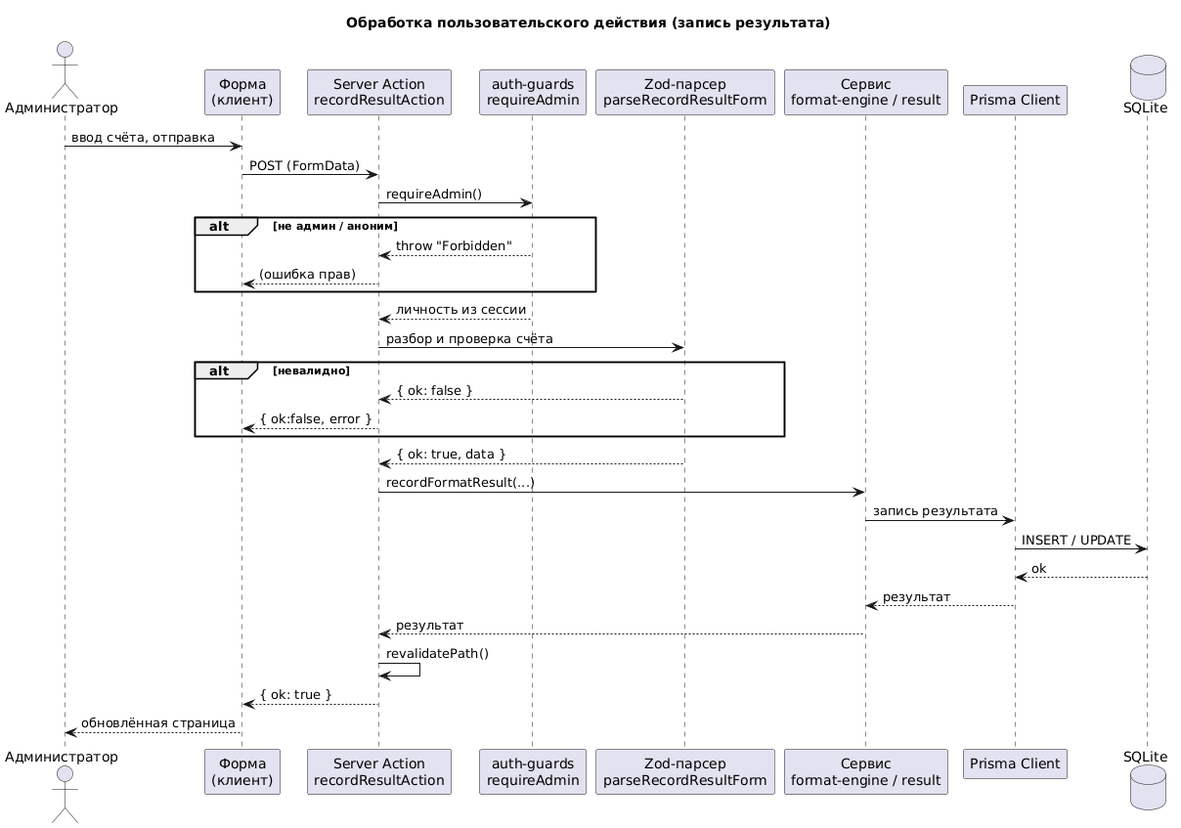
Above: docs/diagrams/03.png in memekas/diplom (PlantUML), before the change. Source of this version:
```plantuml
@startuml
title Обработка пользовательского действия (запись результата)

actor "Администратор" as Admin
participant "Форма\n(клиент)" as Form
participant "Server Action\nrecordResultAction" as Action
participant "auth-guards\nrequireAdmin" as Auth
participant "Zod-парсер\nparseRecordResultForm" as Zod
participant "Сервис\nformat-engine / result" as Svc
participant "Prisma Client" as Prisma
database "SQLite" as DB

Admin -> Form : ввод счёта, отправка
Form -> Action : POST (FormData)

Action -> Auth : requireAdmin()
alt не админ / аноним
  Auth --> Action : throw "Forbidden"
  Action --> Form : (ошибка прав)
end
Auth --> Action : личность из сессии

Action -> Zod : разбор и проверка счёта
alt невалидно
  Zod --> Action : { ok: false }
  Action --> Form : { ok:false, error }
end
Zod --> Action : { ok: true, data }

Action -> Svc : recordFormatResult(...)
Svc -> Prisma : запись результата
Prisma -> DB : INSERT / UPDATE
DB --> Prisma : ok
Prisma --> Svc : результат
Svc --> Action : результат

Action -> Action : revalidatePath()
Action --> Form : { ok: true }
Form --> Admin : обновлённая страница
@enduml
```
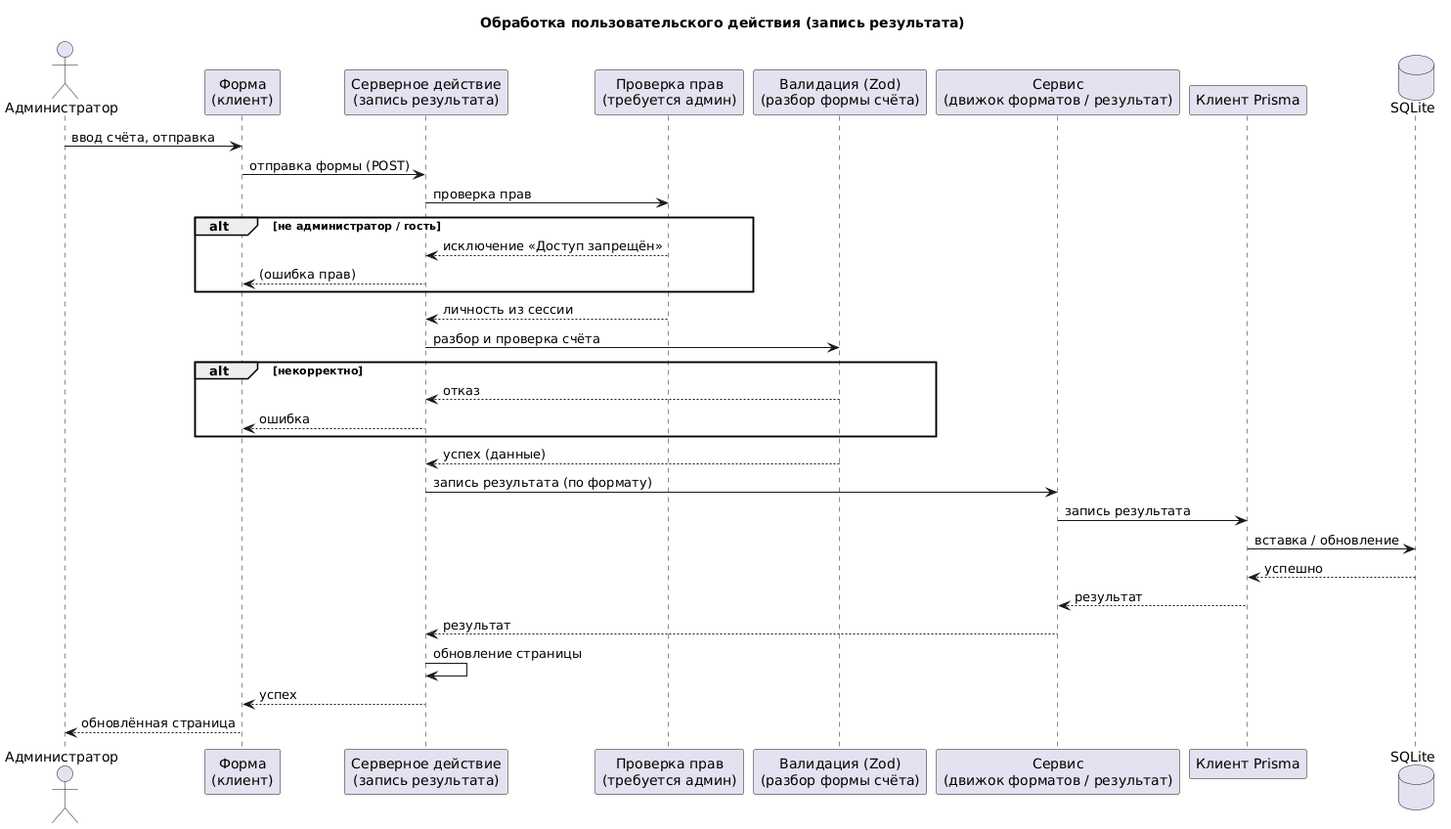
The same diagram one commit later.

What changed in the source:
```diff
@@ -3,38 +3,38 @@
 
 actor "Администратор" as Admin
 participant "Форма\n(клиент)" as Form
-participant "Server Action\nrecordResultAction" as Action
-participant "auth-guards\nrequireAdmin" as Auth
-participant "Zod-парсер\nparseRecordResultForm" as Zod
-participant "Сервис\nformat-engine / result" as Svc
-participant "Prisma Client" as Prisma
+participant "Серверное действие\n(запись результата)" as Action
+participant "Проверка прав\n(требуется админ)" as Auth
+participant "Валидация (Zod)\n(разбор формы счёта)" as Zod
+participant "Сервис\n(движок форматов / результат)" as Svc
+participant "Клиент Prisma" as Prisma
 database "SQLite" as DB
 
 Admin -> Form : ввод счёта, отправка
-Form -> Action : POST (FormData)
+Form -> Action : отправка формы (POST)
 
-Action -> Auth : requireAdmin()
-alt не админ / аноним
-  Auth --> Action : throw "Forbidden"
+Action -> Auth : проверка прав
+alt не администратор / гость
+  Auth --> Action : исключение «Доступ запрещён»
   Action --> Form : (ошибка прав)
 end
 Auth --> Action : личность из сессии
 
 Action -> Zod : разбор и проверка счёта
-alt невалидно
-  Zod --> Action : { ok: false }
-  Action --> Form : { ok:false, error }
+alt некорректно
+  Zod --> Action : отказ
+  Action --> Form : ошибка
 end
-Zod --> Action : { ok: true, data }
+Zod --> Action : успех (данные)
 
-Action -> Svc : recordFormatResult(...)
+Action -> Svc : запись результата (по формату)
 Svc -> Prisma : запись результата
-Prisma -> DB : INSERT / UPDATE
-DB --> Prisma : ok
+Prisma -> DB : вставка / обновление
+DB --> Prisma : успешно
 Prisma --> Svc : результат
 Svc --> Action : результат
 
-Action -> Action : revalidatePath()
-Action --> Form : { ok: true }
+Action -> Action : обновление страницы
+Action --> Form : успех
 Form --> Admin : обновлённая страница
 @enduml
```
